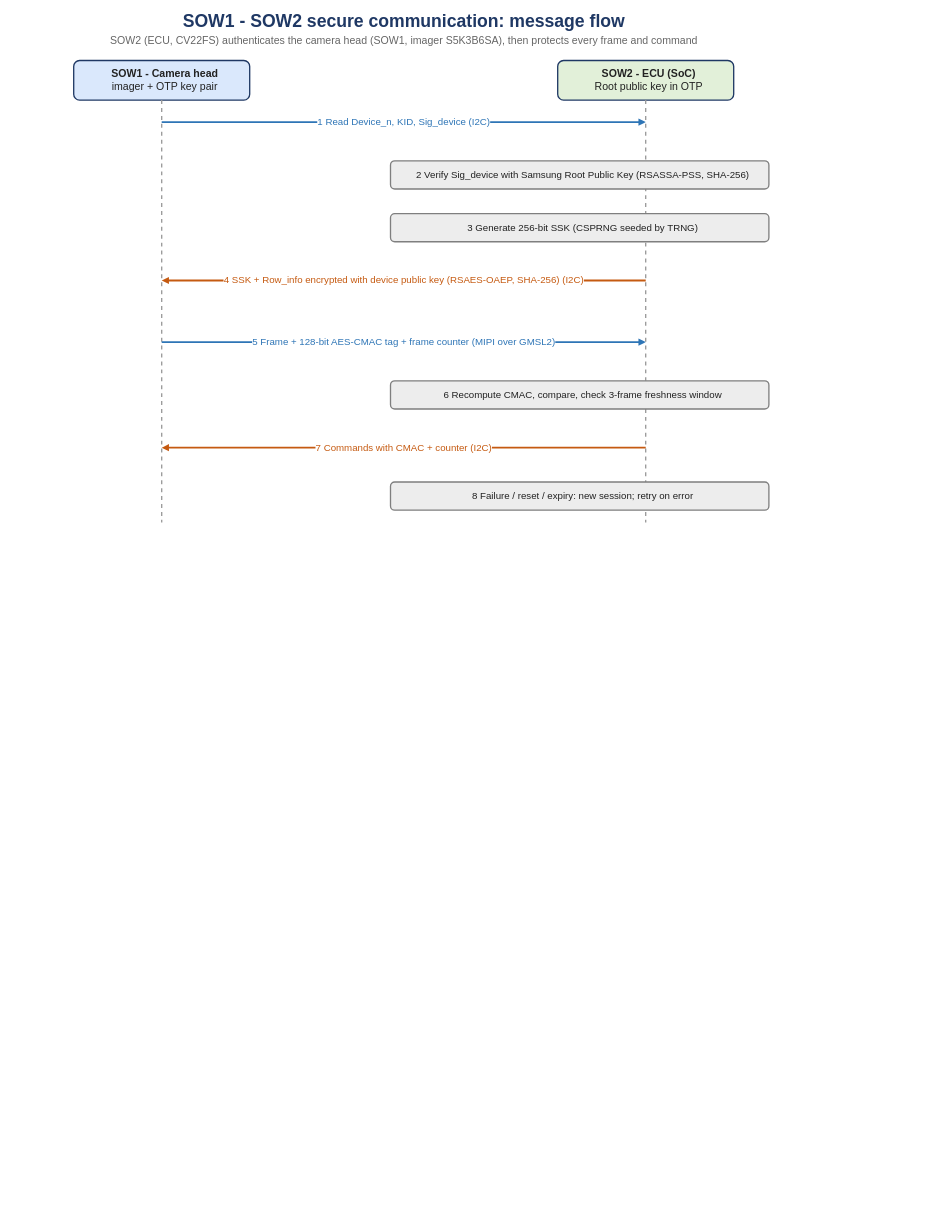
Earlier version of the draw.io diagram page "1 Message flow" (1 of 4) of CS-Testing/Features/SOW1-SOW2_Secure_Communication/03-Summary/SOW1-SOW2_Feature_Summary.drawio (Abdallah-Afifi1/Mekra-cybersecurity-testing). Source tidied: cells renumbered, new cells numbered last; positions are measured from the earlier drawing's top-left corner, leaving out a move shared by most shapes. Both pictures are drawn from the tidied source at 44%, with x=0, y=0 at pixel (7, 7).
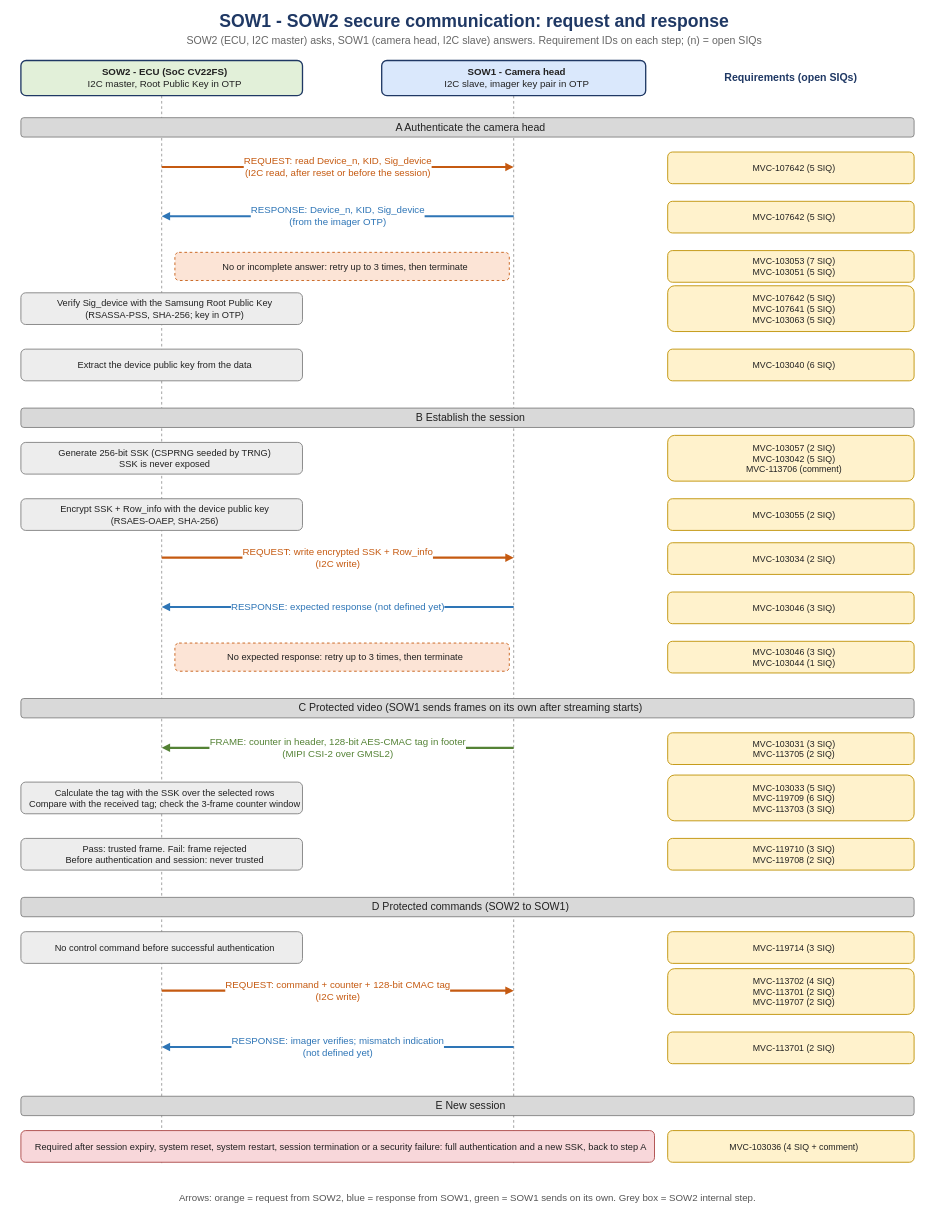
The same page after the edit.

Commit message (it also covers changes not shown here):
Message flow diagram: request/response with requirement IDs and SIQ counts

The edit, as a diff of the source:
```diff
@@
-    <mxCell id="2" value="SOW1 - SOW2 secure communication: message flow" style="text;html=1;align=center;verticalAlign=middle;fontSize=40;fontStyle=1;fontColor=#1F3864;" parent="1" vertex="1">
-      <mxGeometry width="1800" height="60" as="geometry" />
+    <mxCell id="2" value="SOW1 - SOW2 secure communication: request and response" style="text;html=1;align=center;verticalAlign=middle;fontSize=40;fontStyle=1;fontColor=#1F3864;" parent="1" vertex="1">
+      <mxGeometry width="2120" height="60" as="geometry" />
     </mxCell>
-    <mxCell id="3" value="SOW2 (ECU, CV22FS) authenticates the camera head (SOW1, imager S5K3B6SA), then protects every frame and command" style="text;html=1;align=center;verticalAlign=middle;fontSize=24;fontColor=#666666;" parent="1" vertex="1">
-      <mxGeometry y="58" width="1800" height="36" as="geometry" />
+    <mxCell id="3" value="SOW2 (ECU, I2C master) asks, SOW1 (camera head, I2C slave) answers. Requirement IDs on each step; (n) = open SIQs" style="text;html=1;align=center;verticalAlign=middle;fontSize=24;fontColor=#666666;" parent="1" vertex="1">
+      <mxGeometry y="58" width="2120" height="36" as="geometry" />
     </mxCell>
-    <mxCell id="4" value="&lt;b&gt;SOW1 - Camera head&lt;/b&gt;&lt;br&gt;imager + OTP key pair" style="rounded=1;whiteSpace=wrap;html=1;fillColor=#DAE8FC;strokeColor=#1F3864;strokeWidth=3;fontSize=24;fontColor=#222222;align=center;verticalAlign=middle;spacingLeft=14;" parent="1" vertex="1">
-      <mxGeometry x="150" y="120" width="400" height="90" as="geometry" />
+    <mxCell id="4" style="html=1;strokeColor=#999999;strokeWidth=2;endArrow=none;endFill=1;startArrow=none;startFill=1;fontSize=21;fontColor=#999999;labelBackgroundColor=#FFFFFF;dashed=1;" parent="1" edge="1">
+      <mxGeometry relative="1" as="geometry">
+        <mxPoint x="1150" y="200" as="sourcePoint" />
+        <mxPoint x="1150" y="2626" as="targetPoint" />
+      </mxGeometry>
     </mxCell>
-    <mxCell id="5" value="&lt;b&gt;SOW2 - ECU (SoC)&lt;/b&gt;&lt;br&gt;Root public key in OTP" style="rounded=1;whiteSpace=wrap;html=1;fillColor=#E2F0D9;strokeColor=#1F3864;strokeWidth=3;fontSize=24;fontColor=#222222;align=center;verticalAlign=middle;spacingLeft=14;" parent="1" vertex="1">
-      <mxGeometry x="1250" y="120" width="400" height="90" as="geometry" />
+    <mxCell id="5" style="html=1;strokeColor=#999999;strokeWidth=2;endArrow=none;endFill=1;startArrow=none;startFill=1;fontSize=21;fontColor=#999999;labelBackgroundColor=#FFFFFF;dashed=1;" parent="1" edge="1">
+      <mxGeometry relative="1" as="geometry">
+        <mxPoint x="350" y="200" as="sourcePoint" />
+        <mxPoint x="350" y="2626" as="targetPoint" />
+      </mxGeometry>
     </mxCell>
-    <mxCell id="6" style="html=1;strokeColor=#999999;strokeWidth=3;endArrow=none;endFill=1;startArrow=none;startFill=1;fontSize=21;fontColor=#999999;labelBackgroundColor=#FFFFFF;dashed=1;" parent="1" edge="1">
-      <mxGeometry relative="1" as="geometry">
-        <mxPoint x="350" y="210" as="sourcePoint" />
-        <mxPoint x="350" y="1170" as="targetPoint" />
-      </mxGeometry>
+    <mxCell id="6" value="&lt;b&gt;SOW2 - ECU (SoC CV22FS)&lt;/b&gt;&lt;br&gt;I2C master, Root Public Key in OTP" style="rounded=1;whiteSpace=wrap;html=1;fillColor=#E2F0D9;strokeColor=#1F3864;strokeWidth=3;fontSize=22;fontColor=#222222;align=center;verticalAlign=middle;spacingLeft=14;" parent="1" vertex="1">
+      <mxGeometry x="30" y="120" width="640" height="80" as="geometry" />
     </mxCell>
-    <mxCell id="7" style="html=1;strokeColor=#999999;strokeWidth=3;endArrow=none;endFill=1;startArrow=none;startFill=1;fontSize=21;fontColor=#999999;labelBackgroundColor=#FFFFFF;dashed=1;" parent="1" edge="1">
-      <mxGeometry relative="1" as="geometry">
-        <mxPoint x="1450" y="210" as="sourcePoint" />
-        <mxPoint x="1450" y="1170" as="targetPoint" />
-      </mxGeometry>
+    <mxCell id="7" value="&lt;b&gt;SOW1 - Camera head&lt;/b&gt;&lt;br&gt;I2C slave, imager key pair in OTP" style="rounded=1;whiteSpace=wrap;html=1;fillColor=#DAE8FC;strokeColor=#1F3864;strokeWidth=3;fontSize=22;fontColor=#222222;align=center;verticalAlign=middle;spacingLeft=14;" parent="1" vertex="1">
+      <mxGeometry x="850" y="120" width="600" height="80" as="geometry" />
     </mxCell>
-    <mxCell id="8" value="1  Read Device_n, KID, Sig_device (I2C)" style="html=1;strokeColor=#2E75B6;strokeWidth=4;endArrow=block;endFill=1;startArrow=none;startFill=1;fontSize=22;fontColor=#2E75B6;labelBackgroundColor=#FFFFFF;" parent="1" edge="1">
-      <mxGeometry relative="1" as="geometry">
-        <mxPoint x="350" y="260" as="sourcePoint" />
-        <mxPoint x="1450" y="260" as="targetPoint" />
-      </mxGeometry>
+    <mxCell id="8" value="Requirements (open SIQs)" style="text;html=1;whiteSpace=wrap;align=center;verticalAlign=middle;fontSize=24;fontColor=#1F3864;fontStyle=1;" parent="1" vertex="1">
+      <mxGeometry x="1500" y="120" width="560" height="80" as="geometry" />
     </mxCell>
-    <mxCell id="9" value="2  Verify Sig_device with Samsung Root Public Key (RSASSA-PSS, SHA-256)" style="rounded=1;whiteSpace=wrap;html=1;fillColor=#EDEDED;strokeColor=#7F7F7F;strokeWidth=3;fontSize=22;fontColor=#222222;align=center;verticalAlign=middle;spacingLeft=14;" parent="1" vertex="1">
-      <mxGeometry x="870" y="348" width="860" height="64" as="geometry" />
+    <mxCell id="9" value="A  Authenticate the camera head" style="rounded=1;whiteSpace=wrap;html=1;fillColor=#D9D9D9;strokeColor=#7F7F7F;strokeWidth=2;fontSize=24;fontColor=#222222;align=center;verticalAlign=middle;spacingLeft=14;" parent="1" vertex="1">
+      <mxGeometry x="30" y="250" width="2030" height="44" as="geometry" />
     </mxCell>
-    <mxCell id="10" value="3  Generate 256-bit SSK (CSPRNG seeded by TRNG)" style="rounded=1;whiteSpace=wrap;html=1;fillColor=#EDEDED;strokeColor=#7F7F7F;strokeWidth=3;fontSize=22;fontColor=#222222;align=center;verticalAlign=middle;spacingLeft=14;" parent="1" vertex="1">
-      <mxGeometry x="870" y="468" width="860" height="64" as="geometry" />
+    <mxCell id="10" value="REQUEST: read Device_n, KID, Sig_device&lt;br&gt;(I2C read, after reset or before the session)" style="html=1;strokeColor=#C55A11;strokeWidth=5;endArrow=block;endFill=1;startArrow=none;startFill=1;fontSize=22;fontColor=#C55A11;labelBackgroundColor=#FFFFFF;" parent="1" edge="1">
+      <mxGeometry relative="1" as="geometry">
+        <mxPoint x="350" y="362" as="sourcePoint" />
+        <mxPoint x="1150" y="362" as="targetPoint" />
+      </mxGeometry>
     </mxCell>
-    <mxCell id="11" value="4  SSK + Row_info encrypted with device public key (RSAES-OAEP, SHA-256) (I2C)" style="html=1;strokeColor=#C55A11;strokeWidth=4;endArrow=block;endFill=1;startArrow=none;startFill=1;fontSize=22;fontColor=#C55A11;labelBackgroundColor=#FFFFFF;" parent="1" edge="1">
-      <mxGeometry relative="1" as="geometry">
-        <mxPoint x="1450" y="620" as="sourcePoint" />
-        <mxPoint x="350" y="620" as="targetPoint" />
-      </mxGeometry>
+    <mxCell id="11" value="MVC-107642 (5 SIQ)" style="rounded=1;whiteSpace=wrap;html=1;fillColor=#FFF2CC;strokeColor=#BF9000;strokeWidth=2;fontSize=20;fontColor=#222222;align=center;verticalAlign=middle;spacingLeft=14;" parent="1" vertex="1">
+      <mxGeometry x="1500" y="328" width="560" height="72" as="geometry" />
     </mxCell>
-    <mxCell id="12" value="5  Frame + 128-bit AES-CMAC tag + frame counter (MIPI over GMSL2)" style="html=1;strokeColor=#2E75B6;strokeWidth=4;endArrow=block;endFill=1;startArrow=none;startFill=1;fontSize=22;fontColor=#2E75B6;labelBackgroundColor=#FFFFFF;" parent="1" edge="1">
+    <mxCell id="12" value="RESPONSE: Device_n, KID, Sig_device&lt;br&gt;(from the imager OTP)" style="html=1;strokeColor=#2E75B6;strokeWidth=5;endArrow=block;endFill=1;startArrow=none;startFill=1;fontSize=22;fontColor=#2E75B6;labelBackgroundColor=#FFFFFF;" parent="1" edge="1">
       <mxGeometry relative="1" as="geometry">
-        <mxPoint x="350" y="760" as="sourcePoint" />
-        <mxPoint x="1450" y="760" as="targetPoint" />
+        <mxPoint x="1150" y="474" as="sourcePoint" />
+        <mxPoint x="350" y="474" as="targetPoint" />
       </mxGeometry>
     </mxCell>
-    <mxCell id="13" value="6  Recompute CMAC, compare, check 3-frame freshness window" style="rounded=1;whiteSpace=wrap;html=1;fillColor=#EDEDED;strokeColor=#7F7F7F;strokeWidth=3;fontSize=22;fontColor=#222222;align=center;verticalAlign=middle;spacingLeft=14;" parent="1" vertex="1">
-      <mxGeometry x="870" y="848" width="860" height="64" as="geometry" />
+    <mxCell id="13" value="MVC-107642 (5 SIQ)" style="rounded=1;whiteSpace=wrap;html=1;fillColor=#FFF2CC;strokeColor=#BF9000;strokeWidth=2;fontSize=20;fontColor=#222222;align=center;verticalAlign=middle;spacingLeft=14;" parent="1" vertex="1">
+      <mxGeometry x="1500" y="440" width="560" height="72" as="geometry" />
     </mxCell>
-    <mxCell id="14" value="7  Commands with CMAC + counter (I2C)" style="html=1;strokeColor=#C55A11;strokeWidth=4;endArrow=block;endFill=1;startArrow=none;startFill=1;fontSize=22;fontColor=#C55A11;labelBackgroundColor=#FFFFFF;" parent="1" edge="1">
-      <mxGeometry relative="1" as="geometry">
-        <mxPoint x="1450" y="1000" as="sourcePoint" />
-        <mxPoint x="350" y="1000" as="targetPoint" />
-      </mxGeometry>
+    <mxCell id="14" value="No or incomplete answer: retry up to 3 times, then terminate" style="rounded=1;whiteSpace=wrap;html=1;fillColor=#FCE4D6;strokeColor=#C55A11;strokeWidth=2;fontSize=21;fontColor=#222222;align=center;verticalAlign=middle;spacingLeft=14;dashed=1;" parent="1" vertex="1">
+      <mxGeometry x="380" y="556" width="760" height="64" as="geometry" />
     </mxCell>
-    <mxCell id="15" value="8  Failure / reset / expiry: new session; retry on error" style="rounded=1;whiteSpace=wrap;html=1;fillColor=#EDEDED;strokeColor=#7F7F7F;strokeWidth=3;fontSize=22;fontColor=#222222;align=center;verticalAlign=middle;spacingLeft=14;" parent="1" vertex="1">
-      <mxGeometry x="870" y="1078" width="860" height="64" as="geometry" />
+    <mxCell id="15" value="MVC-103053 (7 SIQ)&lt;br&gt;MVC-103051 (5 SIQ)" style="rounded=1;whiteSpace=wrap;html=1;fillColor=#FFF2CC;strokeColor=#BF9000;strokeWidth=2;fontSize=20;fontColor=#222222;align=center;verticalAlign=middle;spacingLeft=14;" parent="1" vertex="1">
+      <mxGeometry x="1500" y="552" width="560" height="72" as="geometry" />
     </mxCell>
+    <mxCell id="16" value="Verify Sig_device with the Samsung Root Public Key&lt;br&gt;(RSASSA-PSS, SHA-256; key in OTP)" style="rounded=1;whiteSpace=wrap;html=1;fillColor=#EDEDED;strokeColor=#7F7F7F;strokeWidth=2;fontSize=21;fontColor=#222222;align=center;verticalAlign=middle;spacingLeft=14;" parent="1" vertex="1">
+      <mxGeometry x="30" y="648" width="640" height="72" as="geometry" />
+    </mxCell>
+    <mxCell id="17" value="MVC-107642 (5 SIQ)&lt;br&gt;MVC-107641 (5 SIQ)&lt;br&gt;MVC-103063 (5 SIQ)" style="rounded=1;whiteSpace=wrap;html=1;fillColor=#FFF2CC;strokeColor=#BF9000;strokeWidth=2;fontSize=20;fontColor=#222222;align=center;verticalAlign=middle;spacingLeft=14;" parent="1" vertex="1">
+      <mxGeometry x="1500" y="632" width="560" height="104" as="geometry" />
+    </mxCell>
+    <mxCell id="18" value="Extract the device public key from the data" style="rounded=1;whiteSpace=wrap;html=1;fillColor=#EDEDED;strokeColor=#7F7F7F;strokeWidth=2;fontSize=21;fontColor=#222222;align=center;verticalAlign=middle;spacingLeft=14;" parent="1" vertex="1">
+      <mxGeometry x="30" y="776" width="640" height="72" as="geometry" />
+    </mxCell>
+    <mxCell id="19" value="MVC-103040 (6 SIQ)" style="rounded=1;whiteSpace=wrap;html=1;fillColor=#FFF2CC;strokeColor=#BF9000;strokeWidth=2;fontSize=20;fontColor=#222222;align=center;verticalAlign=middle;spacingLeft=14;" parent="1" vertex="1">
+      <mxGeometry x="1500" y="776" width="560" height="72" as="geometry" />
+    </mxCell>
+    <mxCell id="20" value="B  Establish the session" style="rounded=1;whiteSpace=wrap;html=1;fillColor=#D9D9D9;strokeColor=#7F7F7F;strokeWidth=2;fontSize=24;fontColor=#222222;align=center;verticalAlign=middle;spacingLeft=14;" parent="1" vertex="1">
+      <mxGeometry x="30" y="910" width="2030" height="44" as="geometry" />
+    </mxCell>
+    <mxCell id="21" value="Generate 256-bit SSK (CSPRNG seeded by TRNG)&lt;br&gt;SSK is never exposed" style="rounded=1;whiteSpace=wrap;html=1;fillColor=#EDEDED;strokeColor=#7F7F7F;strokeWidth=2;fontSize=21;fontColor=#222222;align=center;verticalAlign=middle;spacingLeft=14;" parent="1" vertex="1">
+      <mxGeometry x="30" y="988" width="640" height="72" as="geometry" />
+    </mxCell>
+    <mxCell id="22" value="MVC-103057 (2 SIQ)&lt;br&gt;MVC-103042 (5 SIQ)&lt;br&gt;MVC-113706 (comment)" style="rounded=1;whiteSpace=wrap;html=1;fillColor=#FFF2CC;strokeColor=#BF9000;strokeWidth=2;fontSize=20;fontColor=#222222;align=center;verticalAlign=middle;spacingLeft=14;" parent="1" vertex="1">
+      <mxGeometry x="1500" y="972" width="560" height="104" as="geometry" />
+    </mxCell>
+    <mxCell id="23" value="Encrypt SSK + Row_info with the device public key&lt;br&gt;(RSAES-OAEP, SHA-256)" style="rounded=1;whiteSpace=wrap;html=1;fillColor=#EDEDED;strokeColor=#7F7F7F;strokeWidth=2;fontSize=21;fontColor=#222222;align=center;verticalAlign=middle;spacingLeft=14;" parent="1" vertex="1">
+      <mxGeometry x="30" y="1116" width="640" height="72" as="geometry" />
+    </mxCell>
+    <mxCell id="24" value="MVC-103055 (2 SIQ)" style="rounded=1;whiteSpace=wrap;html=1;fillColor=#FFF2CC;strokeColor=#BF9000;strokeWidth=2;fontSize=20;fontColor=#222222;align=center;verticalAlign=middle;spacingLeft=14;" parent="1" vertex="1">
+      <mxGeometry x="1500" y="1116" width="560" height="72" as="geometry" />
+    </mxCell>
+    <mxCell id="25" value="REQUEST: write encrypted SSK + Row_info&lt;br&gt;(I2C write)" style="html=1;strokeColor=#C55A11;strokeWidth=5;endArrow=block;endFill=1;startArrow=none;startFill=1;fontSize=22;fontColor=#C55A11;labelBackgroundColor=#FFFFFF;" parent="1" edge="1">
+      <mxGeometry relative="1" as="geometry">
+        <mxPoint x="350" y="1250" as="sourcePoint" />
+        <mxPoint x="1150" y="1250" as="targetPoint" />
+      </mxGeometry>
+    </mxCell>
+    <mxCell id="26" value="MVC-103034 (2 SIQ)" style="rounded=1;whiteSpace=wrap;html=1;fillColor=#FFF2CC;strokeColor=#BF9000;strokeWidth=2;fontSize=20;fontColor=#222222;align=center;verticalAlign=middle;spacingLeft=14;" parent="1" vertex="1">
+      <mxGeometry x="1500" y="1216" width="560" height="72" as="geometry" />
+    </mxCell>
+    <mxCell id="27" value="RESPONSE: expected response (not defined yet)" style="html=1;strokeColor=#2E75B6;strokeWidth=5;endArrow=block;endFill=1;startArrow=none;startFill=1;fontSize=22;fontColor=#2E75B6;labelBackgroundColor=#FFFFFF;" parent="1" edge="1">
+      <mxGeometry relative="1" as="geometry">
+        <mxPoint x="1150" y="1362" as="sourcePoint" />
+        <mxPoint x="350" y="1362" as="targetPoint" />
+      </mxGeometry>
+    </mxCell>
+    <mxCell id="28" value="MVC-103046 (3 SIQ)" style="rounded=1;whiteSpace=wrap;html=1;fillColor=#FFF2CC;strokeColor=#BF9000;strokeWidth=2;fontSize=20;fontColor=#222222;align=center;verticalAlign=middle;spacingLeft=14;" parent="1" vertex="1">
+      <mxGeometry x="1500" y="1328" width="560" height="72" as="geometry" />
+    </mxCell>
+    <mxCell id="29" value="No expected response: retry up to 3 times, then terminate" style="rounded=1;whiteSpace=wrap;html=1;fillColor=#FCE4D6;strokeColor=#C55A11;strokeWidth=2;fontSize=21;fontColor=#222222;align=center;verticalAlign=middle;spacingLeft=14;dashed=1;" parent="1" vertex="1">
+      <mxGeometry x="380" y="1444" width="760" height="64" as="geometry" />
+    </mxCell>
+    <mxCell id="30" value="MVC-103046 (3 SIQ)&lt;br&gt;MVC-103044 (1 SIQ)" style="rounded=1;whiteSpace=wrap;html=1;fillColor=#FFF2CC;strokeColor=#BF9000;strokeWidth=2;fontSize=20;fontColor=#222222;align=center;verticalAlign=middle;spacingLeft=14;" parent="1" vertex="1">
+      <mxGeometry x="1500" y="1440" width="560" height="72" as="geometry" />
+    </mxCell>
+    <mxCell id="31" value="C  Protected video (SOW1 sends frames on its own after streaming starts)" style="rounded=1;whiteSpace=wrap;html=1;fillColor=#D9D9D9;strokeColor=#7F7F7F;strokeWidth=2;fontSize=24;fontColor=#222222;align=center;verticalAlign=middle;spacingLeft=14;" parent="1" vertex="1">
+      <mxGeometry x="30" y="1570" width="2030" height="44" as="geometry" />
+    </mxCell>
+    <mxCell id="32" value="FRAME: counter in header, 128-bit AES-CMAC tag in footer&lt;br&gt;(MIPI CSI-2 over GMSL2)" style="html=1;strokeColor=#548235;strokeWidth=5;endArrow=block;endFill=1;startArrow=none;startFill=1;fontSize=22;fontColor=#548235;labelBackgroundColor=#FFFFFF;" parent="1" edge="1">
+      <mxGeometry relative="1" as="geometry">
+        <mxPoint x="1150" y="1682" as="sourcePoint" />
+        <mxPoint x="350" y="1682" as="targetPoint" />
+      </mxGeometry>
+    </mxCell>
+    <mxCell id="33" value="MVC-103031 (3 SIQ)&lt;br&gt;MVC-113705 (2 SIQ)" style="rounded=1;whiteSpace=wrap;html=1;fillColor=#FFF2CC;strokeColor=#BF9000;strokeWidth=2;fontSize=20;fontColor=#222222;align=center;verticalAlign=middle;spacingLeft=14;" parent="1" vertex="1">
+      <mxGeometry x="1500" y="1648" width="560" height="72" as="geometry" />
+    </mxCell>
+    <mxCell id="34" value="Calculate the tag with the SSK over the selected rows&lt;br&gt;Compare with the received tag; check the 3-frame counter window" style="rounded=1;whiteSpace=wrap;html=1;fillColor=#EDEDED;strokeColor=#7F7F7F;strokeWidth=2;fontSize=21;fontColor=#222222;align=center;verticalAlign=middle;spacingLeft=14;" parent="1" vertex="1">
+      <mxGeometry x="30" y="1760" width="640" height="72" as="geometry" />
+    </mxCell>
+    <mxCell id="35" value="MVC-103033 (5 SIQ)&lt;br&gt;MVC-119709 (6 SIQ)&lt;br&gt;MVC-113703 (3 SIQ)" style="rounded=1;whiteSpace=wrap;html=1;fillColor=#FFF2CC;strokeColor=#BF9000;strokeWidth=2;fontSize=20;fontColor=#222222;align=center;verticalAlign=middle;spacingLeft=14;" parent="1" vertex="1">
+      <mxGeometry x="1500" y="1744" width="560" height="104" as="geometry" />
+    </mxCell>
+    <mxCell id="36" value="Pass: trusted frame.  Fail: frame rejected&lt;br&gt;Before authentication and session: never trusted" style="rounded=1;whiteSpace=wrap;html=1;fillColor=#EDEDED;strokeColor=#7F7F7F;strokeWidth=2;fontSize=21;fontColor=#222222;align=center;verticalAlign=middle;spacingLeft=14;" parent="1" vertex="1">
+      <mxGeometry x="30" y="1888" width="640" height="72" as="geometry" />
+    </mxCell>
+    <mxCell id="37" value="MVC-119710 (3 SIQ)&lt;br&gt;MVC-119708 (2 SIQ)" style="rounded=1;whiteSpace=wrap;html=1;fillColor=#FFF2CC;strokeColor=#BF9000;strokeWidth=2;fontSize=20;fontColor=#222222;align=center;verticalAlign=middle;spacingLeft=14;" parent="1" vertex="1">
+      <mxGeometry x="1500" y="1888" width="560" height="72" as="geometry" />
+    </mxCell>
+    <mxCell id="38" value="D  Protected commands (SOW2 to SOW1)" style="rounded=1;whiteSpace=wrap;html=1;fillColor=#D9D9D9;strokeColor=#7F7F7F;strokeWidth=2;fontSize=24;fontColor=#222222;align=center;verticalAlign=middle;spacingLeft=14;" parent="1" vertex="1">
+      <mxGeometry x="30" y="2022" width="2030" height="44" as="geometry" />
+    </mxCell>
+    <mxCell id="39" value="No control command before successful authentication" style="rounded=1;whiteSpace=wrap;html=1;fillColor=#EDEDED;strokeColor=#7F7F7F;strokeWidth=2;fontSize=21;fontColor=#222222;align=center;verticalAlign=middle;spacingLeft=14;" parent="1" vertex="1">
+      <mxGeometry x="30" y="2100" width="640" height="72" as="geometry" />
+    </mxCell>
+    <mxCell id="40" value="MVC-119714 (3 SIQ)" style="rounded=1;whiteSpace=wrap;html=1;fillColor=#FFF2CC;strokeColor=#BF9000;strokeWidth=2;fontSize=20;fontColor=#222222;align=center;verticalAlign=middle;spacingLeft=14;" parent="1" vertex="1">
+      <mxGeometry x="1500" y="2100" width="560" height="72" as="geometry" />
+    </mxCell>
+    <mxCell id="41" value="REQUEST: command + counter + 128-bit CMAC tag&lt;br&gt;(I2C write)" style="html=1;strokeColor=#C55A11;strokeWidth=5;endArrow=block;endFill=1;startArrow=none;startFill=1;fontSize=22;fontColor=#C55A11;labelBackgroundColor=#FFFFFF;" parent="1" edge="1">
+      <mxGeometry relative="1" as="geometry">
+        <mxPoint x="350" y="2234" as="sourcePoint" />
+        <mxPoint x="1150" y="2234" as="targetPoint" />
+      </mxGeometry>
+    </mxCell>
+    <mxCell id="42" value="MVC-113702 (4 SIQ)&lt;br&gt;MVC-113701 (2 SIQ)&lt;br&gt;MVC-119707 (2 SIQ)" style="rounded=1;whiteSpace=wrap;html=1;fillColor=#FFF2CC;strokeColor=#BF9000;strokeWidth=2;fontSize=20;fontColor=#222222;align=center;verticalAlign=middle;spacingLeft=14;" parent="1" vertex="1">
+      <mxGeometry x="1500" y="2184" width="560" height="104" as="geometry" />
+    </mxCell>
+    <mxCell id="43" value="RESPONSE: imager verifies; mismatch indication&lt;br&gt;(not defined yet)" style="html=1;strokeColor=#2E75B6;strokeWidth=5;endArrow=block;endFill=1;startArrow=none;startFill=1;fontSize=22;fontColor=#2E75B6;labelBackgroundColor=#FFFFFF;" parent="1" edge="1">
+      <mxGeometry relative="1" as="geometry">
+        <mxPoint x="1150" y="2362" as="sourcePoint" />
+        <mxPoint x="350" y="2362" as="targetPoint" />
+      </mxGeometry>
+    </mxCell>
+    <mxCell id="44" value="MVC-113701 (2 SIQ)" style="rounded=1;whiteSpace=wrap;html=1;fillColor=#FFF2CC;strokeColor=#BF9000;strokeWidth=2;fontSize=20;fontColor=#222222;align=center;verticalAlign=middle;spacingLeft=14;" parent="1" vertex="1">
+      <mxGeometry x="1500" y="2328" width="560" height="72" as="geometry" />
+    </mxCell>
+    <mxCell id="45" value="E  New session" style="rounded=1;whiteSpace=wrap;html=1;fillColor=#D9D9D9;strokeColor=#7F7F7F;strokeWidth=2;fontSize=24;fontColor=#222222;align=center;verticalAlign=middle;spacingLeft=14;" parent="1" vertex="1">
+      <mxGeometry x="30" y="2474" width="2030" height="44" as="geometry" />
+    </mxCell>
+    <mxCell id="46" value="Required after session expiry, system reset, system restart, session termination or a security failure: full authentication and a new SSK, back to step A" style="rounded=1;whiteSpace=wrap;html=1;fillColor=#F8D7DA;strokeColor=#A94442;strokeWidth=2;fontSize=21;fontColor=#222222;align=center;verticalAlign=middle;spacingLeft=14;" parent="1" vertex="1">
+      <mxGeometry x="30" y="2552" width="1440" height="72" as="geometry" />
+    </mxCell>
+    <mxCell id="47" value="MVC-103036 (4 SIQ + comment)" style="rounded=1;whiteSpace=wrap;html=1;fillColor=#FFF2CC;strokeColor=#BF9000;strokeWidth=2;fontSize=20;fontColor=#222222;align=center;verticalAlign=middle;spacingLeft=14;" parent="1" vertex="1">
+      <mxGeometry x="1500" y="2552" width="560" height="72" as="geometry" />
+    </mxCell>
+    <mxCell id="48" value="Arrows: orange = request from SOW2, blue = response from SOW1, green = SOW1 sends on its own. Grey box = SOW2 internal step." style="text;html=1;whiteSpace=wrap;align=center;verticalAlign=middle;fontSize=22;fontColor=#555555;" parent="1" vertex="1">
+      <mxGeometry x="30" y="2686" width="2030" height="40" as="geometry" />
+    </mxCell>
```
